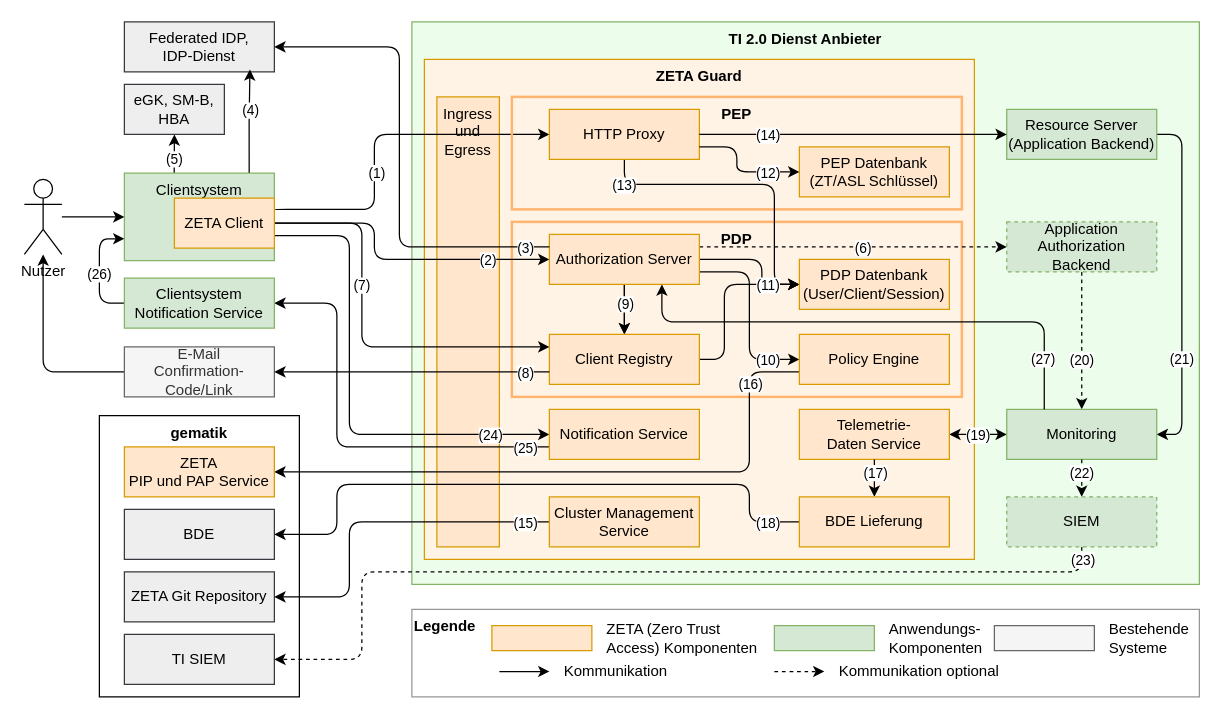
gematik/spec-t20r keeps this draw.io diagram as src/drawio/Zero-Trust_Architektur.drawio. Above is the earlier version. Source tidied: cells renumbered, new cells numbered last; positions are measured from the earlier drawing's top-left corner, leaving out a move shared by most shapes. Both pictures are drawn from the tidied source at 125%, with x=0, y=0 at pixel (24, 21).
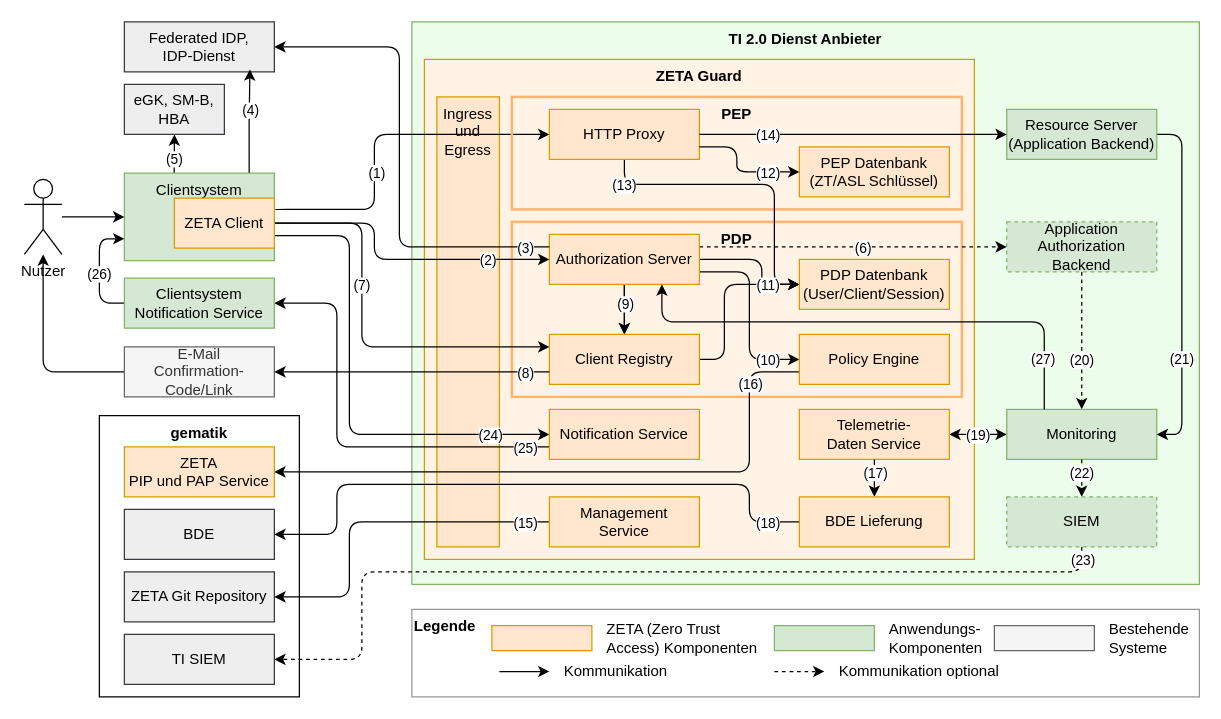
The same page after the edit.

The edit, as a diff of the source:
```diff
@@
-    <mxCell id="33" value="Cluster Management&lt;div&gt;Service&lt;/div&gt;" style="rounded=0;whiteSpace=wrap;html=1;fillColor=#ffe6cc;strokeColor=#d79b00;" parent="1" vertex="1">
+    <mxCell id="33" value="Management&lt;div&gt;Service&lt;/div&gt;" style="rounded=0;whiteSpace=wrap;html=1;fillColor=#ffe6cc;strokeColor=#d79b00;" parent="1" vertex="1">
       <mxGeometry x="420" y="380" width="120" height="40" as="geometry" />
     </mxCell>
```
